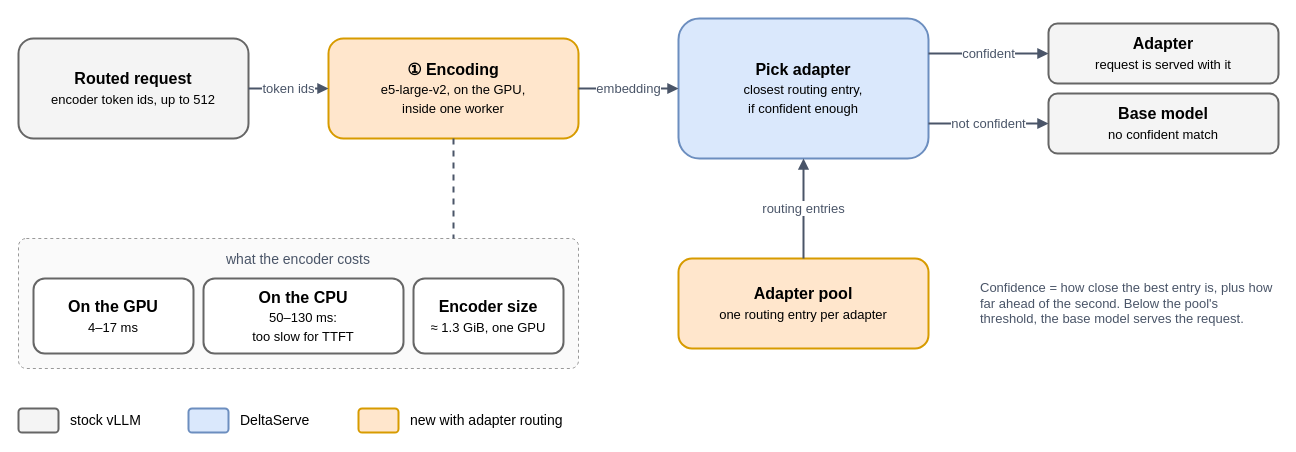
This is page "encoding" (5 of 13) of docs/figures/scheduling/all-scheduling-diagrams.drawio from 852866031/DeltaServe-vLLM, a draw.io file, before an edit. Source tidied: cells renumbered, new cells numbered last; positions are measured from the earlier drawing's top-left corner, leaving out a move shared by most shapes. Both pictures are drawn from the tidied source at 100%, with x=0, y=0 at pixel (18, 18).
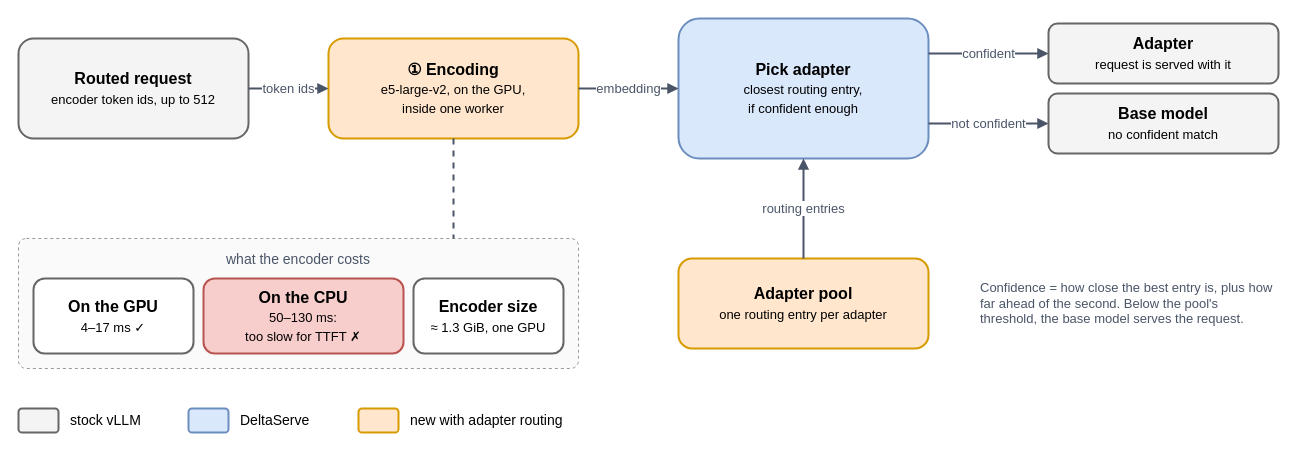
The same diagram, later.

Commit message (it also covers changes not shown here):
docs: encoding figure — CPU cost in red with a cross, GPU with a check

Diff of the diagram source:
```diff
@@
-    <mxCell id="9" value="&lt;b&gt;On the GPU&lt;/b&gt;&lt;br&gt;&lt;font style=&quot;font-size:13px&quot;&gt;4–17 ms&lt;/font&gt;" style="rounded=1;whiteSpace=wrap;html=1;fontSize=16;fillColor=#F4F4F4;strokeColor=#666666;strokeWidth=2;fillColor=#FFFFFF;" parent="1" vertex="1">
+    <mxCell id="9" value="&lt;b&gt;On the GPU&lt;/b&gt;&lt;br&gt;&lt;font style=&quot;font-size:13px&quot;&gt;4–17 ms ✓&lt;/font&gt;" style="rounded=1;whiteSpace=wrap;html=1;fontSize=16;fillColor=#F4F4F4;strokeColor=#666666;strokeWidth=2;fillColor=#FFFFFF;" parent="1" vertex="1">
       <mxGeometry x="15" y="260" width="160" height="75" as="geometry" />
     </mxCell>
-    <mxCell id="10" value="&lt;b&gt;On the CPU&lt;/b&gt;&lt;br&gt;&lt;font style=&quot;font-size:13px&quot;&gt;50–130 ms:&lt;br&gt;too slow for TTFT&lt;/font&gt;" style="rounded=1;whiteSpace=wrap;html=1;fontSize=16;fillColor=#F4F4F4;strokeColor=#666666;strokeWidth=2;fillColor=#FFFFFF;" parent="1" vertex="1">
+    <mxCell id="10" value="&lt;b&gt;On the CPU&lt;/b&gt;&lt;br&gt;&lt;font style=&quot;font-size:13px&quot;&gt;50–130 ms:&lt;br&gt;too slow for TTFT ✗&lt;/font&gt;" style="rounded=1;whiteSpace=wrap;html=1;fontSize=16;fillColor=#F8CECC;strokeColor=#B85450;strokeWidth=2;" parent="1" vertex="1">
       <mxGeometry x="185" y="260" width="200" height="75" as="geometry" />
     </mxCell>
```
